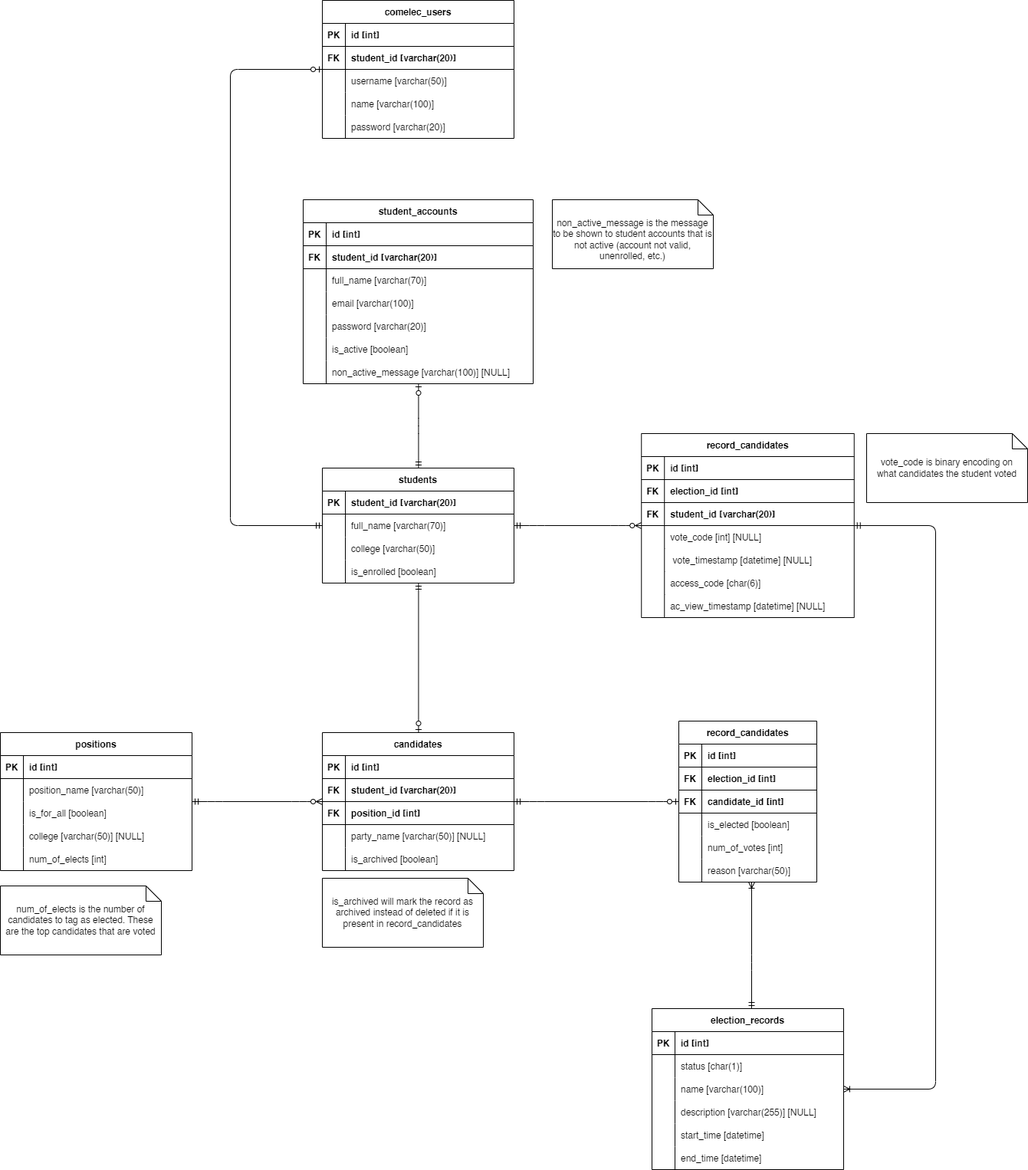
NateCross/comelec-system keeps this draw.io diagram as schema.drawio.png. Above is the earlier version. Source tidied: cells renumbered, new cells last; positions are measured from the earlier drawing's top-left corner, leaving out a move shared by most shapes.
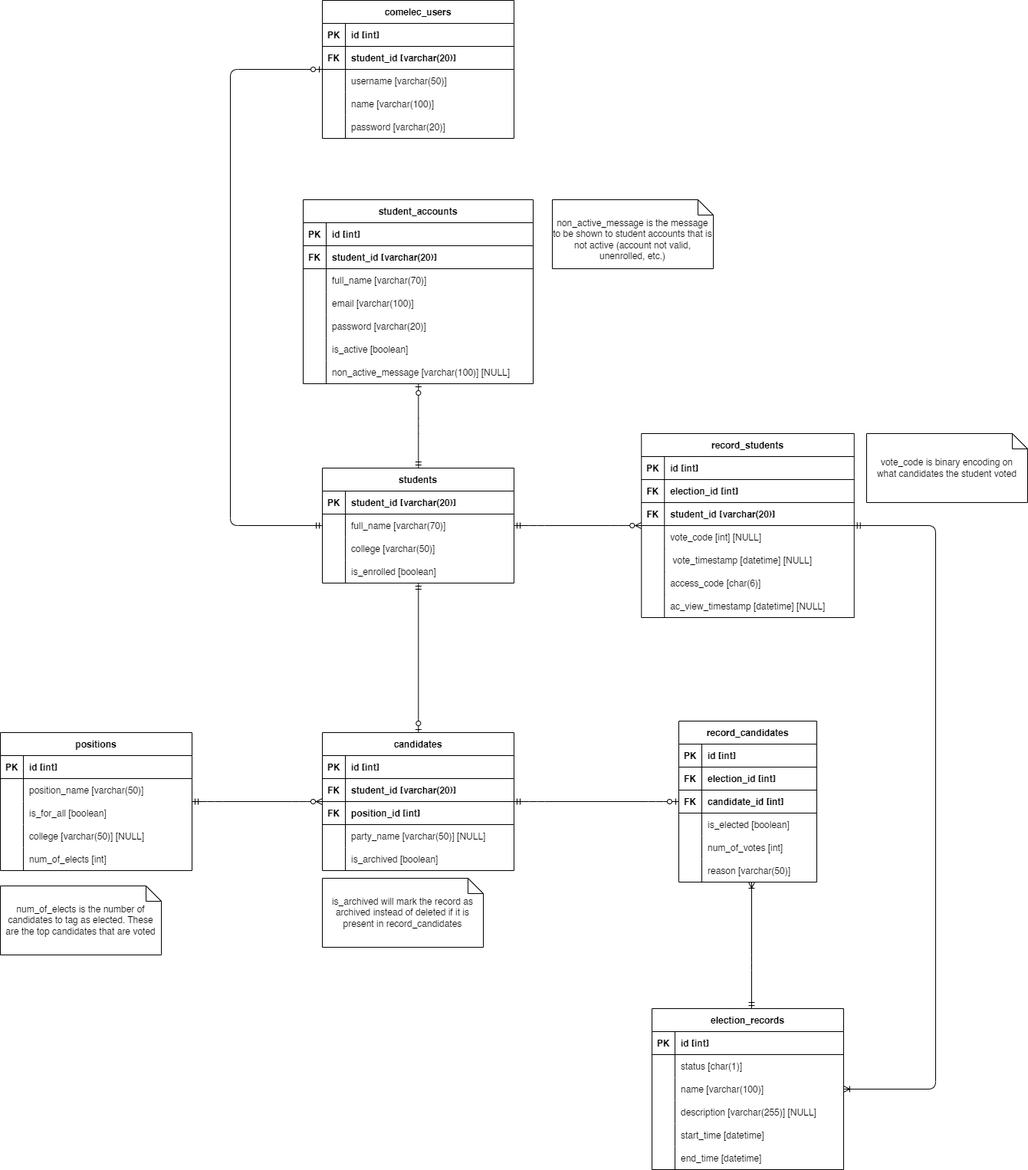
Above is the later version.

The edit, as a diff of the source:
```diff
@@ -398,7 +398,7 @@
     <mxCell id="130" value="is_archived will mark the record as archived instead of deleted if it is present in record_candidates" style="shape=note;size=20;whiteSpace=wrap;html=1;" parent="1" vertex="1">
       <mxGeometry x="420" y="1145" width="210" height="90" as="geometry" />
     </mxCell>
-    <mxCell id="131" value="record_candidates" style="shape=table;startSize=30;rowLines=0;fontStyle=1;align=center;" parent="1" vertex="1">
+    <mxCell id="131" value="record_students" style="shape=table;startSize=30;rowLines=0;fontStyle=1;align=center;" parent="1" vertex="1">
       <mxGeometry x="836.2" y="565" width="277.5" height="240" as="geometry" />
     </mxCell>
     <mxCell id="132" style="shape=tableRow;horizontal=0;startSize=0;swimlaneHead=0;swimlaneBody=0;fillColor=none;top=0;left=0;right=0;bottom=1;" parent="131" vertex="1">
```
